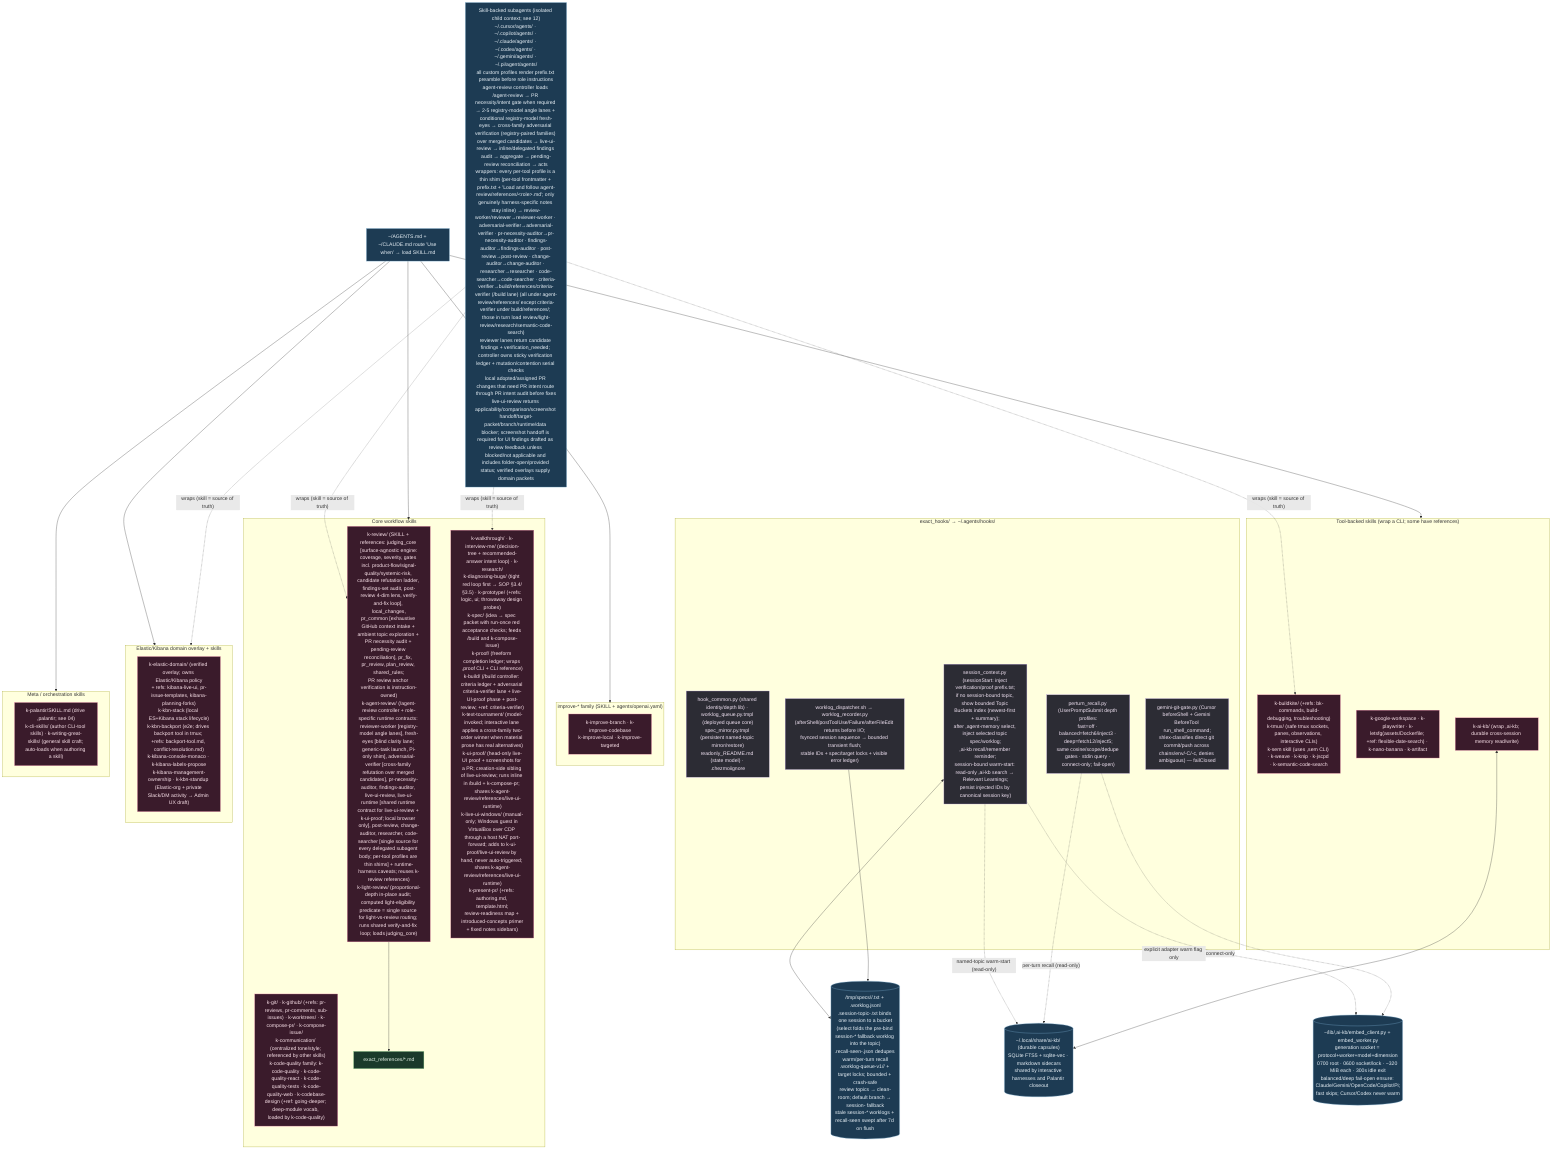
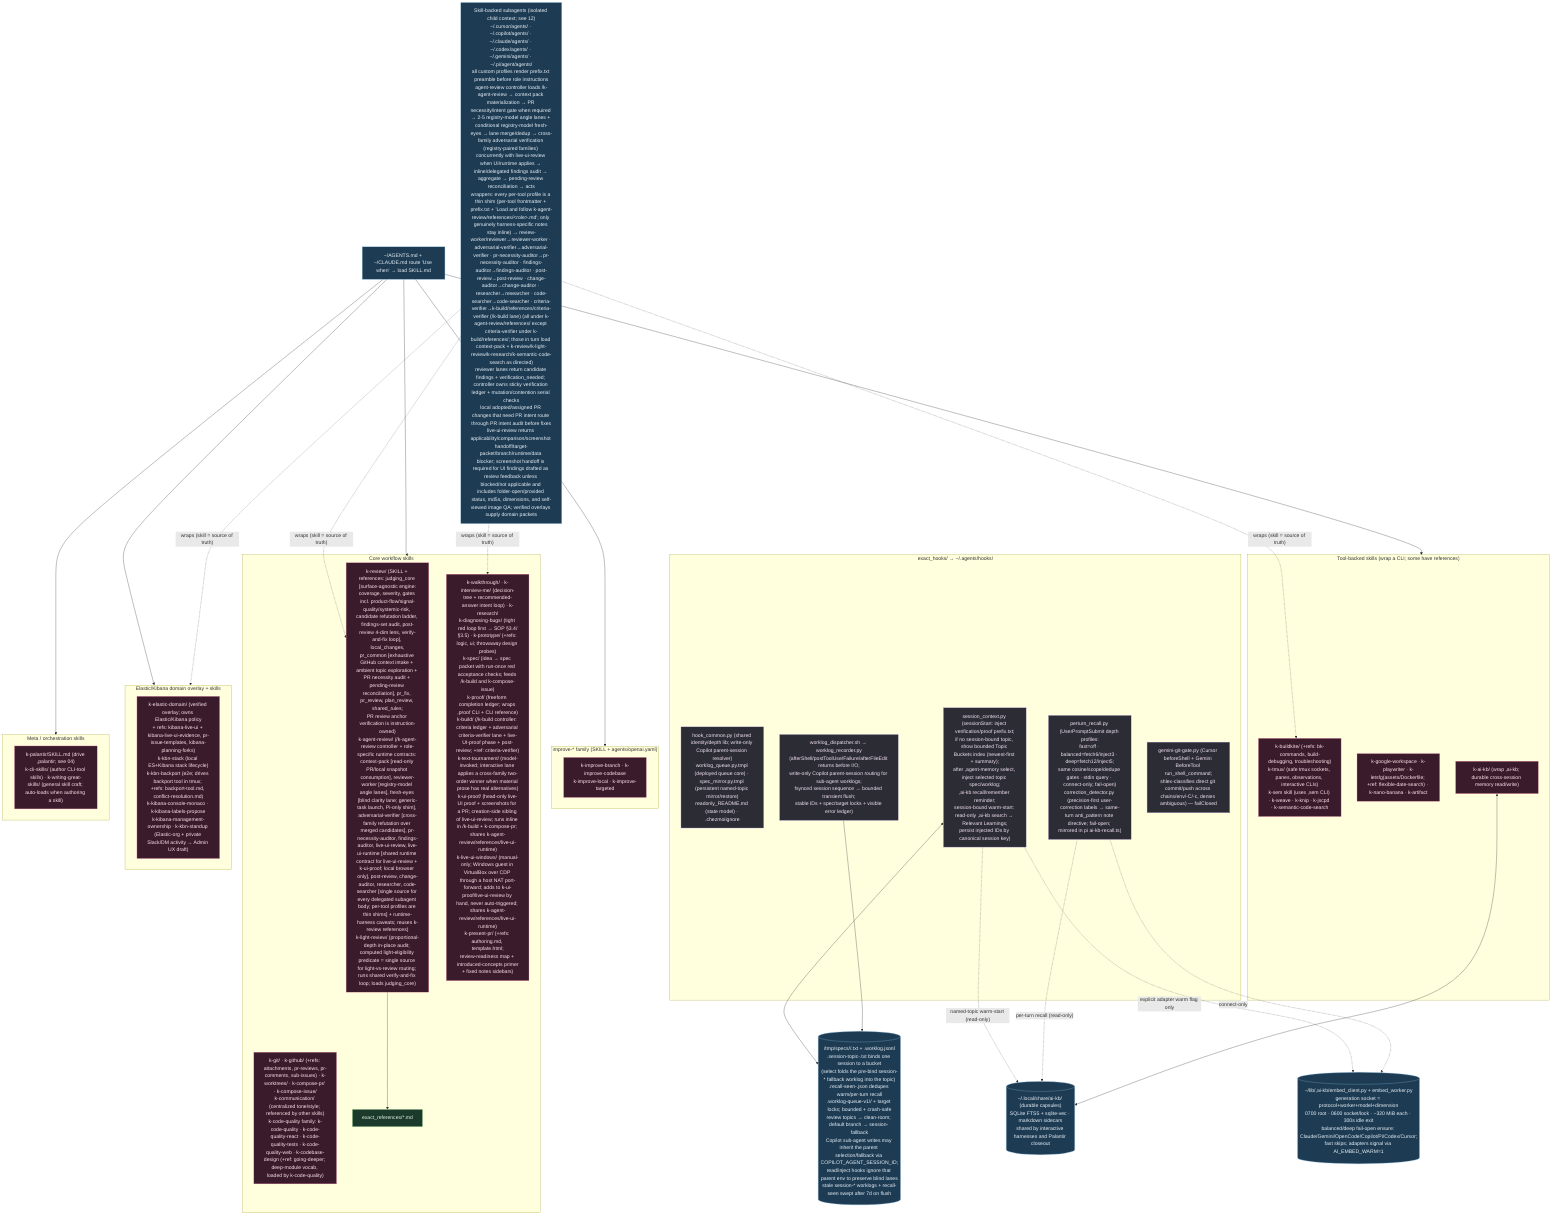
%% ============================================================================
- %% 03b-agent-skills-hooks.mmd — Every file under home/exact_dot_agents/ (107).
+ %% 03b-agent-skills-hooks.mmd — Every file under home/exact_dot_agents/ (111).
%% Skills → ~/.agents/skills/ (intent-routed SKILL.md). Shared hooks → ~/.agents/hooks/.
%% ============================================================================
flowchart TB
    classDef skill fill:#3a1b2b,stroke:#f48fb1,color:#fce4ec;
    classDef hook fill:#2c2c34,stroke:#b39ddb,color:#f3e5f5;
    classDef ref fill:#1b3a2b,stroke:#81c784,color:#e8f5e9;
    classDef data fill:#1d3b53,stroke:#7fb3d5,color:#eaf2f8;

    subgraph HOOKS["exact_hooks/ → ~/.agents/hooks/"]
-         HC["hook_common.py (shared identity/depth lib) · worklog_queue.py.tmpl (deployed queue core)<br/>spec_mirror.py.tmpl (persistent named-topic mirror/restore)<br/>readonly_README.md (state model) · .chezmoiignore"]:::hook
+         HC["hook_common.py (shared identity/depth lib; write-only Copilot parent-session resolver)<br/>worklog_queue.py.tmpl (deployed queue core) · spec_mirror.py.tmpl (persistent named-topic mirror/restore)<br/>readonly_README.md (state model) · .chezmoiignore"]:::hook
        SCx["session_context.py (sessionStart: inject verification/proof prefix.txt;<br/>if no session-bound topic, show bounded Topic Buckets index (newest-first + summary);<br/>after ,agent-memory select, inject selected topic spec/worklog;<br/>,ai-kb recall/remember reminder;<br/>session-bound warm-start: read-only ,ai-kb search → Relevant Learnings;<br/>persist injected IDs by canonical session key)"]:::hook
-         PRx["perturn_recall.py (UserPromptSubmit depth profiles:<br/>fast=off · balanced=fetch6/inject3 · deep=fetch12/inject5;<br/>same cosine/scope/dedupe gates · stdin query · connect-only; fail-open)"]:::hook
-         WLx["worklog_dispatcher.sh → worklog_recorder.py<br/>(afterShell/postToolUse/Failure/afterFileEdit returns before I/O;<br/>fsynced session sequence → bounded transient flush;<br/>stable IDs + spec/target locks + visible error ledger)"]:::hook
+         PRx["perturn_recall.py (UserPromptSubmit depth profiles:<br/>fast=off · balanced=fetch6/inject3 · deep=fetch12/inject5;<br/>same cosine/scope/dedupe gates · stdin query · connect-only; fail-open)<br/>correction_detector.py (precision-first user-correction labels → same-turn anti_pattern note directive; fail-open; mirrored in pi ai-kb-recall.ts)"]:::hook
+         WLx["worklog_dispatcher.sh → worklog_recorder.py<br/>(afterShell/postToolUse/Failure/afterFileEdit returns before I/O;<br/>write-only Copilot parent-session routing for sub-agent worklogs;<br/>fsynced session sequence → bounded transient flush;<br/>stable IDs + spec/target locks + visible error ledger)"]:::hook
        GG["gemini-git-gate.py (Cursor beforeShell + Gemini BeforeTool run_shell_command;<br/>shlex-classifies direct git commit/push across chains/env/-C/-c, denies ambiguous) — failClosed"]:::hook
    end

-     MEM[("/tmp/specs/<pwd>/<topic>.txt + .worklog.jsonl<br/>.session-topic-<id>.txt binds one session to a bucket<br/>(select folds the pre-bind session-* fallback worklog into the topic)<br/>.recall-seen-<session-key>.json dedupes warm/per-turn recall<br/>.worklog-queue-v1/<session>/ + target locks; bounded + crash-safe<br/>review topics → clean-room; default branch → session-<id> fallback<br/>stale session-* worklogs + recall-seen swept after 7d on flush")]:::data
+     MEM[("/tmp/specs/<pwd>/<topic>.txt + .worklog.jsonl<br/>.session-topic-<id>.txt binds one session to a bucket<br/>(select folds the pre-bind session-* fallback worklog into the topic)<br/>.recall-seen-<session-key>.json dedupes warm/per-turn recall<br/>.worklog-queue-v1/<session>/ + target locks; bounded + crash-safe<br/>review topics → clean-room; default branch → session-<id> fallback<br/>Copilot sub-agent writes may inherit the parent selection/fallback via COPILOT_AGENT_SESSION_ID;<br/>read/inject hooks ignore that parent env to preserve blind lanes<br/>stale session-* worklogs + recall-seen swept after 7d on flush")]:::data
    SCx <--> MEM
    WLx --> MEM

    KBDB[("~/.local/share/ai-kb/ (durable capsules)<br/>SQLite FTS5 + sqlite-vec · markdown sidecars<br/>shared by interactive harnesses and Palantir closeout")]:::data
-     RESIDENT[("~/lib/,ai-kb/embed_client.py + embed_worker.py<br/>generation socket = protocol+worker+model+dimension<br/>0700 root · 0600 socket/lock · ~320 MiB each · 300s idle exit<br/>balanced/deep fail-open ensure: Claude/Gemini/OpenCode/Copilot/Pi;<br/>fast skips; Cursor/Codex never warm")]:::data
+     RESIDENT[("~/lib/,ai-kb/embed_client.py + embed_worker.py<br/>generation socket = protocol+worker+model+dimension<br/>0700 root · 0600 socket/lock · ~320 MiB each · 300s idle exit<br/>balanced/deep fail-open ensure: Claude/Gemini/OpenCode/Copilot/Pi/Codex/Cursor;<br/>fast skips; adapters signal via AI_EMBED_WARM=1")]:::data
    SCx -. "named-topic warm-start (read-only)" .-> KBDB
    PRx -. "per-turn recall (read-only)" .-> KBDB
    SCx -. "explicit adapter warm flag only" .-> RESIDENT
    PRx -. "connect-only" .-> RESIDENT

    subgraph CORE["Core workflow skills"]
-         S1["k-review/ (SKILL + references: judging_core [surface-agnostic engine:<br/>coverage, severity, gates incl. product-flow/signal-quality/systemic-risk, candidate refutation ladder, findings-set audit, post-review 4-dim lens, verify-and-fix loop], local_changes,<br/>pr_common [exhaustive GitHub context intake + ambient topic exploration + PR necessity audit + pending-review reconciliation], pr_fix, pr_review, plan_review, shared_rules;<br/>PR review anchor verification is instruction-owned)<br/>k-agent-review/ (/agent-review controller + role-specific runtime contracts: reviewer-worker [registry-model angle lanes], fresh-eyes [blind clarity lane; generic-task launch, Pi-only shim], adversarial-verifier [cross-family refutation over merged candidates], pr-necessity-auditor, findings-auditor, live-ui-review, live-ui-runtime [shared runtime contract for live-ui-review + k-ui-proof; local browser only], post-review, change-auditor, researcher, code-searcher [single source for every delegated subagent body; per-tool profiles are thin shims] + runtime-harness caveats; reuses k-review references)<br/>k-light-review/ (proportional-depth in-place audit; computed light-eligibility predicate = single source for light-vs-review routing; runs shared verify-and-fix loop; loads judging_core)"]:::skill
-         S2["k-git/ · k-github/ (+refs: pr-reviews, pr-comments, sub-issues) · k-worktrees/ · k-compose-pr/ · k-compose-issue/<br/>k-communication/ (centralized tone/style; referenced by other skills)<br/>k-code-quality family: k-code-quality · k-code-quality-react · k-code-quality-tests · k-code-quality-web · k-codebase-design (+ref: going-deeper; deep-module vocab, loaded by k-code-quality)"]:::skill
-         S3["k-walkthrough/ · k-interview-me/ (decision-tree + recommended-answer intent loop) · k-research/<br/>k-diagnosing-bugs/ (tight red loop first → SOP §3.4/§3.5) · k-prototype/ (+refs: logic, ui; throwaway design probes)<br/>k-spec/ (idea → spec packet with run-once red acceptance checks; feeds /build and k-compose-issue)<br/>k-proof/ (freeform completion ledger; wraps ,proof CLI + CLI reference)<br/>k-build/ (/build controller: criteria ledger + adversarial criteria-verifier lane + live-UI-proof phase + post-review; +ref: criteria-verifier)<br/>k-text-tournament/ (model-invoked; interactive lane applies a cross-family two-order winner when material prose has real alternatives)<br/>k-ui-proof/ (head-only live-UI proof + screenshots for a PR; creation-side sibling of live-ui-review; runs inline in /build + k-compose-pr; shares k-agent-review/references/live-ui-runtime)<br/>k-live-ui-windows/ (manual-only; Windows guest in VirtualBox over CDP through a host NAT port-forward; adds to k-ui-proof/live-ui-review by hand, never auto-triggered; shares k-agent-review/references/live-ui-runtime)<br/>k-present-pr/ (+refs: authoring.md, template.html;<br/>review-readiness map + introduced-concepts primer<br/>+ fixed notes sidebars)"]:::skill
+         S1["k-review/ (SKILL + references: judging_core [surface-agnostic engine:<br/>coverage, severity, gates incl. product-flow/signal-quality/systemic-risk, candidate refutation ladder, findings-set audit, post-review 4-dim lens, verify-and-fix loop], local_changes,<br/>pr_common [exhaustive GitHub context intake + ambient topic exploration + PR necessity audit + pending-review reconciliation], pr_fix, pr_review, plan_review, shared_rules;<br/>PR review anchor verification is instruction-owned)<br/>k-agent-review/ (/k-agent-review controller + role-specific runtime contracts: context-pack [read-only PR/local snapshot consumption], reviewer-worker [registry-model angle lanes], fresh-eyes [blind clarity lane; generic-task launch, Pi-only shim], adversarial-verifier [cross-family refutation over merged candidates], pr-necessity-auditor, findings-auditor, live-ui-review, live-ui-runtime [shared runtime contract for live-ui-review + k-ui-proof; local browser only], post-review, change-auditor, researcher, code-searcher [single source for every delegated subagent body; per-tool profiles are thin shims] + runtime-harness caveats; reuses k-review references)<br/>k-light-review/ (proportional-depth in-place audit; computed light-eligibility predicate = single source for light-vs-review routing; runs shared verify-and-fix loop; loads judging_core)"]:::skill
+         S2["k-git/ · k-github/ (+refs: attachments, pr-reviews, pr-comments, sub-issues) · k-worktrees/ · k-compose-pr/ · k-compose-issue/<br/>k-communication/ (centralized tone/style; referenced by other skills)<br/>k-code-quality family: k-code-quality · k-code-quality-react · k-code-quality-tests · k-code-quality-web · k-codebase-design (+ref: going-deeper; deep-module vocab, loaded by k-code-quality)"]:::skill
+         S3["k-walkthrough/ · k-interview-me/ (decision-tree + recommended-answer intent loop) · k-research/<br/>k-diagnosing-bugs/ (tight red loop first → SOP §3.4/§3.5) · k-prototype/ (+refs: logic, ui; throwaway design probes)<br/>k-spec/ (idea → spec packet with run-once red acceptance checks; feeds /k-build and k-compose-issue)<br/>k-proof/ (freeform completion ledger; wraps ,proof CLI + CLI reference)<br/>k-build/ (/k-build controller: criteria ledger + adversarial criteria-verifier lane + live-UI-proof phase + post-review; +ref: criteria-verifier)<br/>k-text-tournament/ (model-invoked; interactive lane applies a cross-family two-order winner when material prose has real alternatives)<br/>k-ui-proof/ (head-only live-UI proof + screenshots for a PR; creation-side sibling of live-ui-review; runs inline in /k-build + k-compose-pr; shares k-agent-review/references/live-ui-runtime)<br/>k-live-ui-windows/ (manual-only; Windows guest in VirtualBox over CDP through a host NAT port-forward; adds to k-ui-proof/live-ui-review by hand, never auto-triggered; shares k-agent-review/references/live-ui-runtime)<br/>k-present-pr/ (+refs: authoring.md, template.html;<br/>review-readiness map + introduced-concepts primer<br/>+ fixed notes sidebars)"]:::skill
        S1 --> R1["exact_references/*.md"]:::ref
    end

    subgraph IMPROVE["improve-* family (SKILL + agents/openai.yaml)"]
        S4["k-improve-branch · k-improve-codebase<br/>k-improve-local · k-improve-targeted"]:::skill
    end

    subgraph TOOLS["Tool-backed skills (wrap a CLI; some have references)"]
        S5["k-buildkite/ (+refs: bk-commands, build-debugging, troubleshooting)<br/>k-tmux/ (safe tmux sockets, panes, observations, interactive CLIs)<br/>k-sem skill (uses ,sem CLI) · k-weave · k-knip · k-jscpd · k-semantic-code-search"]:::skill
        S6["k-google-workspace · k-playwriter · k-letsfg(assets/Dockerfile; +ref: flexible-date-search) · k-nano-banana · k-artifact"]:::skill
        S7["k-ai-kb/ (wrap ,ai-kb; durable cross-session memory read/write)"]:::skill
    end

    subgraph KBN["Elastic/Kibana domain overlay + skills"]
-         S8["k-elastic-domain/ (verified overlay; owns Elastic/Kibana policy<br/>+ refs: kibana-live-ui, pr-issue-templates, kibana-planning-forks)<br/>k-kbn-stack (local ES+Kibana stack lifecycle)<br/>k-kbn-backport (e2e; drives backport tool in tmux; +refs: backport-tool.md, conflict-resolution.md)<br/>k-kibana-console-monaco · k-kibana-labels-propose<br/>k-kibana-management-ownership · k-kbn-standup (Elastic-org + private Slack/DM activity → Admin UX draft)"]:::skill
+         S8["k-elastic-domain/ (verified overlay; owns Elastic/Kibana policy<br/>+ refs: kibana-live-ui + kibana-live-ui-evidence, pr-issue-templates, kibana-planning-forks)<br/>k-kbn-stack (local ES+Kibana stack lifecycle)<br/>k-kbn-backport (e2e; drives backport tool in tmux; +refs: backport-tool.md, conflict-resolution.md)<br/>k-kibana-console-monaco · k-kibana-labels-propose<br/>k-kibana-management-ownership · k-kbn-standup (Elastic-org + private Slack/DM activity → Admin UX draft)"]:::skill
    end

    subgraph META["Meta / orchestration skills"]
        S9["k-palantir/SKILL.md (drive ,palantir; see 04)<br/>k-cli-skills/ (author CLI-tool skills) · k-writing-great-skills/ (general skill craft; auto-loads when authoring a skill)"]:::skill
    end

    SOPS["~/AGENTS.md + ~/CLAUDE.md route 'Use when' → load SKILL.md"]:::data
    SOPS --> CORE & IMPROVE & TOOLS & KBN & META
    S7 <--> KBDB

-     SUBA["Skill-backed subagents (isolated child context; see 12)<br/>~/.cursor/agents/ · ~/.copilot/agents/ · ~/.claude/agents/ · ~/.codex/agents/ · ~/.gemini/agents/ · ~/.pi/agent/agents/<br/>all custom profiles render prefix.txt preamble before role instructions<br/>agent-review controller loads /agent-review → PR necessity/intent gate when required → 2-5 registry-model angle lanes + conditional registry-model fresh-eyes → cross-family adversarial verification (registry-paired families) over merged candidates → live-ui-review → inline/delegated findings audit → aggregate → pending-review reconciliation → acts<br/>wrappers: every per-tool profile is a thin shim (per-tool frontmatter + prefix.txt + 'Load and follow agent-review/references/&lt;role&gt;.md'; only genuinely harness-specific notes stay inline) → review-worker/reviewer→reviewer-worker · adversarial-verifier→adversarial-verifier · pr-necessity-auditor→pr-necessity-auditor · findings-auditor→findings-auditor · post-review→post-review · change-auditor→change-auditor · researcher→researcher · code-searcher→code-searcher · criteria-verifier→build/references/criteria-verifier (/build lane) (all under agent-review/references/ except criteria-verifier under build/references/; those in turn load review/light-review/research/semantic-code-search)<br/>reviewer lanes return candidate findings + verification_needed; controller owns sticky verification ledger + mutation/contention serial checks<br/>local adopted/assigned PR changes that need PR intent route through PR intent audit before fixes<br/>live-ui-review returns applicability/comparison/screenshot handoff/target-packet/branch/runtime/data blocker; screenshot handoff is required for UI findings drafted as review feedback unless blocked/not applicable and includes folder-open/provided status; verified overlays supply domain packets"]:::data
+     SUBA["Skill-backed subagents (isolated child context; see 12)<br/>~/.cursor/agents/ · ~/.copilot/agents/ · ~/.claude/agents/ · ~/.codex/agents/ · ~/.gemini/agents/ · ~/.pi/agent/agents/<br/>all custom profiles render prefix.txt preamble before role instructions<br/>agent-review controller loads /k-agent-review → context pack materialization → PR necessity/intent gate when required → 2-5 registry-model angle lanes + conditional registry-model fresh-eyes → lane merge/dedup → cross-family adversarial verification (registry-paired families) concurrently with live-ui-review when UI/runtime applies → inline/delegated findings audit → aggregate → pending-review reconciliation → acts<br/>wrappers: every per-tool profile is a thin shim (per-tool frontmatter + prefix.txt + 'Load and follow k-agent-review/references/&lt;role&gt;.md'; only genuinely harness-specific notes stay inline) → review-worker/reviewer→reviewer-worker · adversarial-verifier→adversarial-verifier · pr-necessity-auditor→pr-necessity-auditor · findings-auditor→findings-auditor · post-review→post-review · change-auditor→change-auditor · researcher→researcher · code-searcher→code-searcher · criteria-verifier→k-build/references/criteria-verifier (/k-build lane) (all under k-agent-review/references/ except criteria-verifier under k-build/references/; those in turn load context-pack + k-review/k-light-review/k-research/k-semantic-code-search as directed)<br/>reviewer lanes return candidate findings + verification_needed; controller owns sticky verification ledger + mutation/contention serial checks<br/>local adopted/assigned PR changes that need PR intent route through PR intent audit before fixes<br/>live-ui-review returns applicability/comparison/screenshot handoff/target-packet/branch/runtime/data blocker; screenshot handoff is required for UI findings drafted as review feedback unless blocked/not applicable and includes folder-open/provided status, md5s, dimensions, and self-viewed image QA; verified overlays supply domain packets"]:::data
    SUBA -.->|"wraps (skill = source of truth)"| S1 & S3 & S5 & KBN
